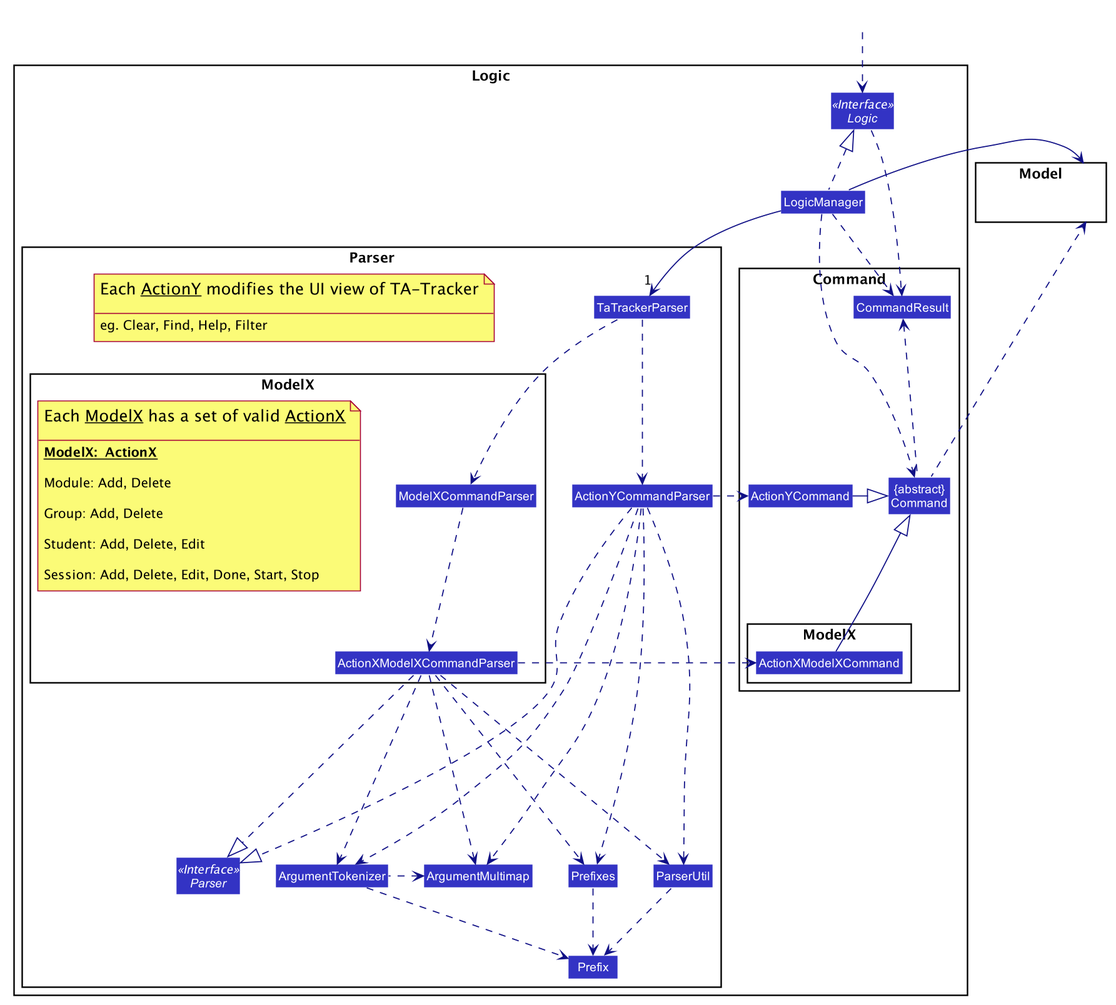
Earlier version of the PlantUML export docs/images/LogicClassDiagram.png (nus-cs2103-AY1920S2/addressbook-level3).
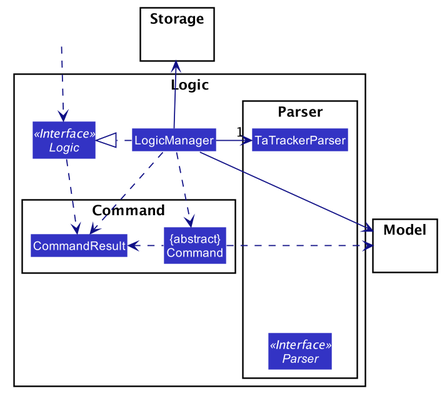
Later version of the same file.

Diff of the diagram source:
```diff
@@ -51,116 +51,43 @@
 skinparam arrowColor #101086
 skinparam classBackgroundColor #3333C4
 
-package Model {
-    Class HiddenModel #FFFFFF
-}
+package Model {}
+package Storage {}
 
-package Logic {
-    package Parser as ParserPkg {
-
-        note as Note1
-        <size:16>Each <u>ActionY</u> modifies the UI view of TA-Tracker</size>
-
-        ----
-        eg. Clear, Find, Help, Filter
-        end note
-
-        package ModelX as ModelParser {
-            Class ModelXCommandParser
-            Class ActionXModelXCommandParser
-            ModelXCommandParser .down.> ActionXModelXCommandParser
-
-            note as Note2
-            <size:16>Each <u>ModelX</u> has a set of valid <u>ActionX</u></size>
-
-            ----
-            <u><b>ModelX:  ActionX</b></u>
-
-            Module: Add, Delete
-
-            Group: Add, Delete
-
-            Student: Add, Delete, Edit
-
-            Session: Add, Delete, Edit, Done, Start, Stop
-            end note
-        }
-
-        Class ActionYCommandParser
-        Class TaTrackerParser
-
-        TaTrackerParser .down.> ModelXCommandParser
-
-
-        Class ArgumentMultimap
-        Class ArgumentTokenizer
-        Class Prefixes
-        Class ParserUtil
-        Interface Parser <<Interface>>
-        Class Prefix
-
-
-        Prefixes -right[hidden]- Parser
-
-        ActionXModelXCommandParser ..down..|> Parser
-        ActionXModelXCommandParser ..down..> ArgumentMultimap
-        ActionXModelXCommandParser ..down..> ArgumentTokenizer
-        ActionXModelXCommandParser ..down..> Prefixes
-        ActionXModelXCommandParser ..down..> ParserUtil
-
-        ActionYCommandParser .down.|> Parser
-        ActionYCommandParser .down.> ArgumentMultimap
-        ActionYCommandParser .down.> ArgumentTokenizer
-        ActionYCommandParser .down.> Prefixes
-        ActionYCommandParser .down.> ParserUtil
-
-        ArgumentMultimap <.left. ArgumentTokenizer
-
-        ArgumentTokenizer .down.> Prefix
-        ParserUtil .down.> Prefix
-        Prefixes .down.> Prefix
-
-    }
-
-    package Command as ModelCommand {
-        package ModelX {
-            Class ActionXModelXCommand
-        }
-
-        Class ActionYCommand
-
-        Class CommandResult
-        Class "{abstract}\nCommand" as Command
-
-        Command .up.> CommandResult
-        ActionXModelXCommand -up-|> Command
-
-        ActionYCommand -right-|> Command
-    }
+package Logic as LogicPkg {
 
     Interface Logic <<Interface>>
     Class LogicManager
 
+    package Parser as ParserPkg {
+        Interface Parser <<Interface>>
+        Class TaTrackerParser
+
+        Parser .up[hidden]..> TaTrackerParser
+    }
+
+    package Command as CommandPkg {
+        Class CommandResult
+        Class "{abstract}\nCommand" as Command
+
+        CommandResult <.left. Command
+    }
+
     Logic .down.> CommandResult
 
-    LogicManager .up.|> Logic
-    LogicManager -down-> "1" TaTrackerParser
+    Logic <|.left. LogicManager
+
+    LogicManager -right-> "1" TaTrackerParser
     LogicManager .down.> CommandResult
     LogicManager .down.> Command
-
-    ActionYCommandParser <.right. TaTrackerParser
-
-    ActionXModelXCommandParser .right.> ActionXModelXCommand
-    ActionYCommandParser .right.> ActionYCommand
-
-    ModelXCommandParser .left[hidden].> ActionYCommandParser
-    ActionYCommandParser .left[hidden].> ActionXModelXCommand
 }
 
 Class HiddenOutside #FFFFFF
 HiddenOutside .down.> Logic
 
-Model <-left- LogicManager
-Model <.left. Command
+LogicManager -up-> Storage
+
+LogicManager -right-> Model
+Command .right.> Model
 
 @enduml
```
